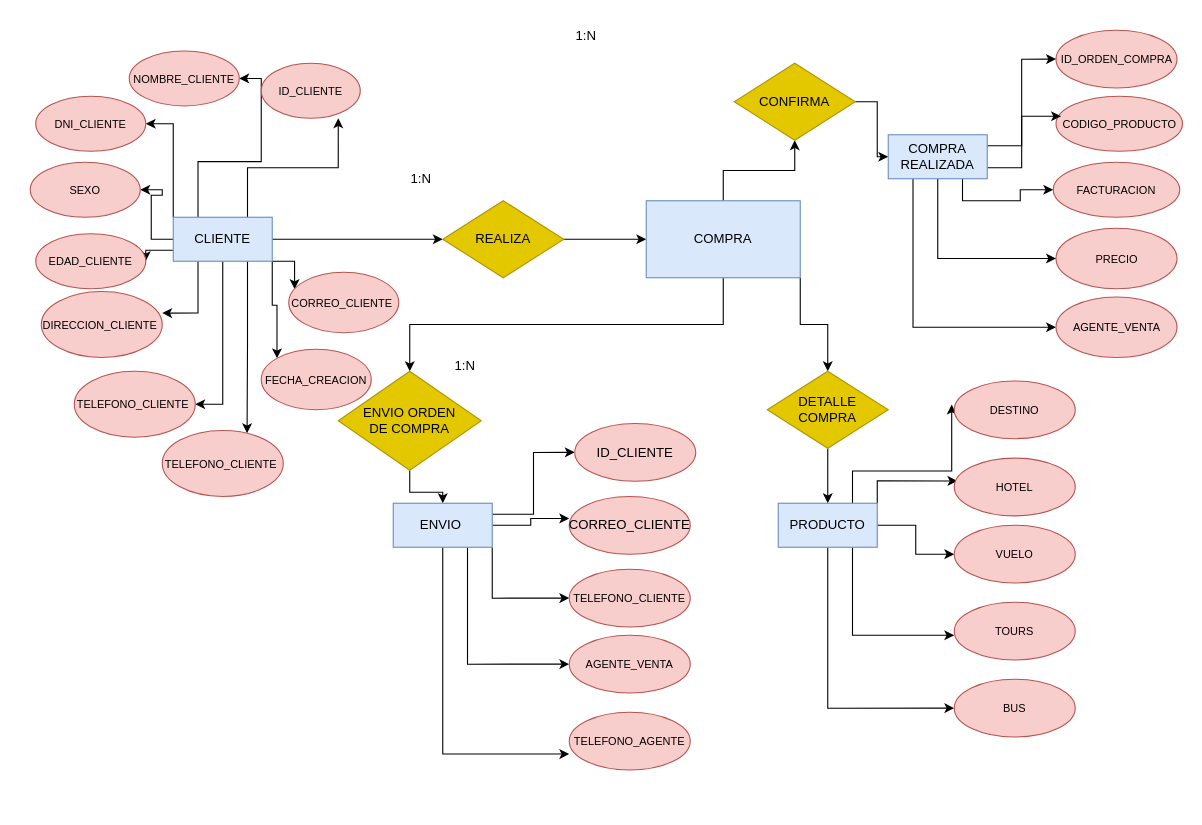
The draw.io diagram Diagrama sin título.drawio in sebascardozo/sqlCoderhouse, before the edit. Source tidied: cells renumbered, new cells numbered last; positions are measured from the earlier drawing's top-left corner, leaving out a move shared by most shapes. Both pictures are drawn from the tidied source at 110%, with x=0, y=0 at pixel (30, 19).
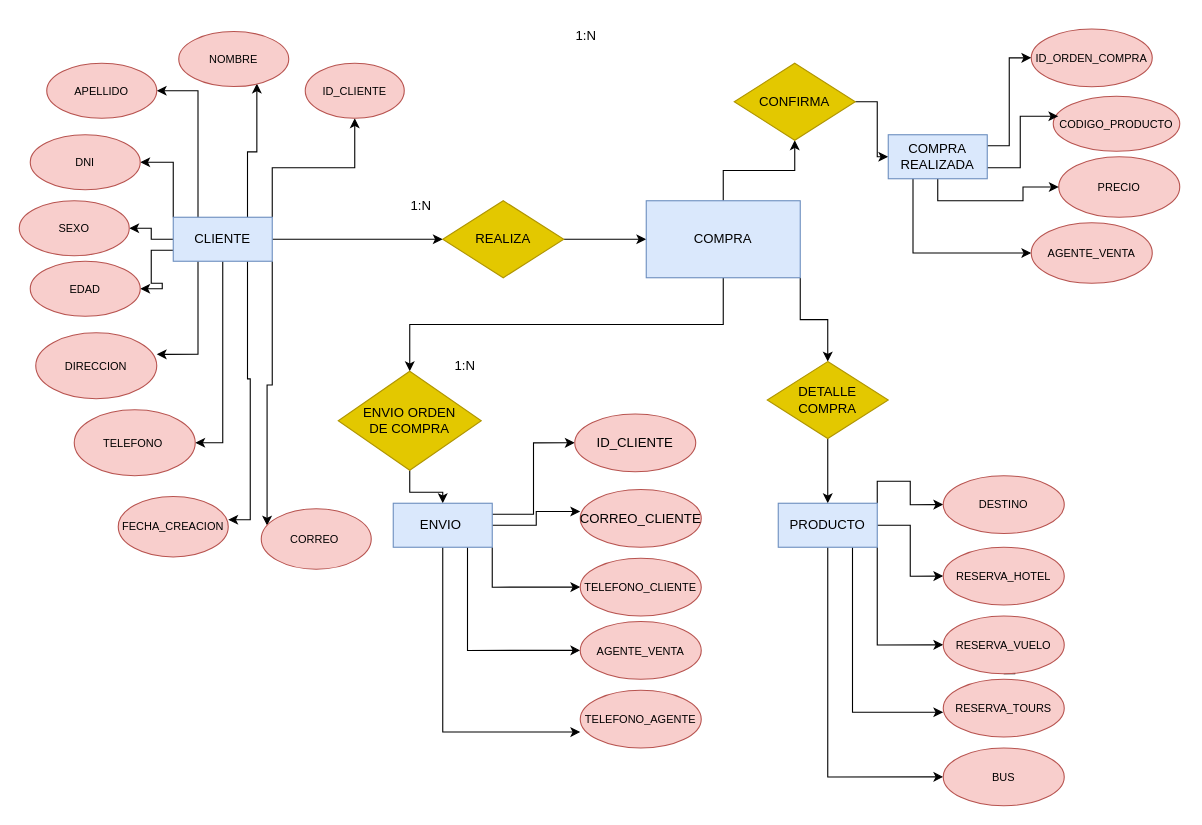
After the change.

The change refers to these unchanged cells:
```xml
<mxCell id="13" value="CLIENTE" style="rounded=0;whiteSpace=wrap;html=1;fillColor=#dae8fc;strokeColor=#6c8ebf;" parent="1" vertex="1">
  <mxGeometry x="130" y="180" width="90" height="40" as="geometry" />
</mxCell>
<mxCell id="36" value="COMPRA&lt;br&gt;REALIZADA" style="rounded=0;whiteSpace=wrap;html=1;fillColor=#dae8fc;strokeColor=#6c8ebf;" parent="1" vertex="1">
  <mxGeometry x="780" y="105" width="90" height="40" as="geometry" />
</mxCell>
<mxCell id="58" value="PRODUCTO" style="rounded=0;whiteSpace=wrap;html=1;fillColor=#dae8fc;strokeColor=#6c8ebf;" parent="1" vertex="1">
  <mxGeometry x="680" y="440" width="90" height="40" as="geometry" />
</mxCell>
```

The edit, as a diff of the source:
```diff
@@
-    <mxCell id="4" style="edgeStyle=orthogonalEdgeStyle;rounded=0;jettySize=auto;html=1;exitX=0.25;exitY=0;exitDx=0;exitDy=0;entryX=1;entryY=0.5;entryDx=0;entryDy=0;" parent="1" edge="1" source="13" target="17">
-      <mxGeometry relative="1" as="geometry" />
-    </mxCell>
@@
-    <mxCell id="9" style="edgeStyle=orthogonalEdgeStyle;rounded=0;jettySize=auto;html=1;exitX=0.75;exitY=1;exitDx=0;exitDy=0;entryX=0.701;entryY=0.042;entryDx=0;entryDy=0;entryPerimeter=0;" parent="1" edge="1" source="13" target="66">
-      <mxGeometry relative="1" as="geometry" />
-    </mxCell>
+    <mxCell id="12" style="edgeStyle=orthogonalEdgeStyle;rounded=0;jettySize=auto;html=1;exitX=0;exitY=0.5;exitDx=0;exitDy=0;entryX=1;entryY=0.5;entryDx=0;entryDy=0;" parent="1" edge="1" source="13" target="68">
+      <mxGeometry relative="1" as="geometry" />
+    </mxCell>
+    <mxCell id="11" style="edgeStyle=orthogonalEdgeStyle;rounded=0;jettySize=auto;html=1;exitX=1;exitY=0;exitDx=0;exitDy=0;" parent="1" edge="1" source="13" target="16">
+      <mxGeometry relative="1" as="geometry" />
+    </mxCell>
+    <mxCell id="4" style="edgeStyle=orthogonalEdgeStyle;rounded=0;jettySize=auto;html=1;exitX=0.75;exitY=0;exitDx=0;exitDy=0;entryX=0.71;entryY=0.945;entryDx=0;entryDy=0;entryPerimeter=0;" parent="1" edge="1" source="13" target="17">
+      <mxGeometry relative="1" as="geometry" />
+    </mxCell>
+    <mxCell id="73" style="edgeStyle=orthogonalEdgeStyle;rounded=0;jettySize=auto;html=1;exitX=0.25;exitY=0;exitDx=0;exitDy=0;entryX=1;entryY=0.5;entryDx=0;entryDy=0;" parent="1" edge="1" source="13" target="74">
+      <mxGeometry relative="1" as="geometry" />
+    </mxCell>
-    <mxCell id="10" style="edgeStyle=orthogonalEdgeStyle;rounded=0;jettySize=auto;html=1;exitX=1;exitY=1;exitDx=0;exitDy=0;entryX=0;entryY=0;entryDx=0;entryDy=0;" parent="1" edge="1" source="13" target="67">
+    <mxCell id="10" style="edgeStyle=orthogonalEdgeStyle;rounded=0;jettySize=auto;html=1;exitX=0.75;exitY=1;exitDx=0;exitDy=0;entryX=1;entryY=0.386;entryDx=0;entryDy=0;entryPerimeter=0;" parent="1" edge="1" source="13" target="67">
       <mxGeometry relative="1" as="geometry" />
     </mxCell>
-    <mxCell id="11" style="edgeStyle=orthogonalEdgeStyle;rounded=0;jettySize=auto;html=1;exitX=0.75;exitY=0;exitDx=0;exitDy=0;entryX=0.778;entryY=1;entryDx=0;entryDy=0;entryPerimeter=0;" parent="1" edge="1" source="13" target="16">
-      <mxGeometry relative="1" as="geometry" />
-    </mxCell>
-    <mxCell id="12" style="edgeStyle=orthogonalEdgeStyle;rounded=0;jettySize=auto;html=1;exitX=0;exitY=0.5;exitDx=0;exitDy=0;entryX=1;entryY=0.5;entryDx=0;entryDy=0;" parent="1" edge="1" source="13" target="68">
-      <mxGeometry relative="1" as="geometry" />
-    </mxCell>
@@
     <mxCell id="16" value="&lt;font style=&quot;font-size: 10px;&quot;&gt;ID_CLIENTE&lt;/font&gt;" style="ellipse;whiteSpace=wrap;html=1;fillColor=#f8cecc;strokeColor=#b85450;" parent="1" vertex="1">
-      <mxGeometry x="210" y="40" width="90" height="50" as="geometry" />
+      <mxGeometry x="250" y="40" width="90" height="50" as="geometry" />
     </mxCell>
-    <mxCell id="17" value="&lt;font style=&quot;font-size: 10px;&quot;&gt;NOMBRE_CLIENTE&lt;/font&gt;" style="ellipse;whiteSpace=wrap;html=1;fillColor=#f8cecc;strokeColor=#b85450;" parent="1" vertex="1">
-      <mxGeometry x="90" y="28.8" width="100" height="50" as="geometry" />
+    <mxCell id="17" value="&lt;font style=&quot;font-size: 10px;&quot;&gt;NOMBRE&lt;/font&gt;" style="ellipse;whiteSpace=wrap;html=1;fillColor=#f8cecc;strokeColor=#b85450;" parent="1" vertex="1">
+      <mxGeometry x="135" y="11.2" width="100" height="50" as="geometry" />
     </mxCell>
-    <mxCell id="18" value="&lt;font style=&quot;font-size: 10px;&quot;&gt;DIRECCION_CLIENTE&amp;nbsp;&lt;/font&gt;" style="ellipse;whiteSpace=wrap;html=1;fillColor=#f8cecc;strokeColor=#b85450;" parent="1" vertex="1">
-      <mxGeometry x="10" y="247.5" width="110" height="60" as="geometry" />
+    <mxCell id="18" value="&lt;font style=&quot;font-size: 10px;&quot;&gt;DIRECCION&lt;/font&gt;" style="ellipse;whiteSpace=wrap;html=1;fillColor=#f8cecc;strokeColor=#b85450;" parent="1" vertex="1">
+      <mxGeometry x="5" y="285" width="110" height="60" as="geometry" />
     </mxCell>
-    <mxCell id="19" value="&lt;font style=&quot;font-size: 10px;&quot;&gt;CORREO_CLIENTE&amp;nbsp;&lt;/font&gt;" style="ellipse;whiteSpace=wrap;html=1;fillColor=#f8cecc;strokeColor=#b85450;" parent="1" vertex="1">
-      <mxGeometry x="235" y="230" width="100" height="55" as="geometry" />
+    <mxCell id="19" value="&lt;font style=&quot;font-size: 10px;&quot;&gt;CORREO&amp;nbsp;&lt;/font&gt;" style="ellipse;whiteSpace=wrap;html=1;fillColor=#f8cecc;strokeColor=#b85450;" parent="1" vertex="1">
+      <mxGeometry x="210" y="445" width="100" height="55" as="geometry" />
     </mxCell>
-    <mxCell id="20" value="&lt;font style=&quot;font-size: 10px;&quot;&gt;TELEFONO_CLIENTE&amp;nbsp;&lt;/font&gt;" style="ellipse;whiteSpace=wrap;html=1;fillColor=#f8cecc;strokeColor=#b85450;" parent="1" vertex="1">
-      <mxGeometry x="40" y="320" width="110" height="60" as="geometry" />
+    <mxCell id="20" value="&lt;font style=&quot;font-size: 10px;&quot;&gt;TELEFONO&amp;nbsp;&lt;/font&gt;" style="ellipse;whiteSpace=wrap;html=1;fillColor=#f8cecc;strokeColor=#b85450;" parent="1" vertex="1">
+      <mxGeometry x="40" y="355" width="110" height="60" as="geometry" />
     </mxCell>
     <mxCell id="21" value="1:N" style="text;html=1;align=center;verticalAlign=middle;strokeColor=none;fillColor=none;" parent="1" vertex="1">
-      <mxGeometry x="335" y="130" width="40" height="30" as="geometry" />
+      <mxGeometry x="335" y="155" width="40" height="30" as="geometry" />
     </mxCell>
@@
     <mxCell id="26" value="&lt;font style=&quot;font-size: 10px;&quot;&gt;CODIGO_PRODUCTO&lt;/font&gt;" style="ellipse;whiteSpace=wrap;html=1;fillColor=#f8cecc;strokeColor=#b85450;" parent="1" vertex="1">
-      <mxGeometry x="932.5" y="70" width="115" height="50" as="geometry" />
+      <mxGeometry x="930" y="70" width="115" height="50" as="geometry" />
     </mxCell>
     <mxCell id="27" value="&lt;font style=&quot;font-size: 10px;&quot;&gt;PRECIO&lt;/font&gt;" style="ellipse;whiteSpace=wrap;html=1;fillColor=#f8cecc;strokeColor=#b85450;" parent="1" vertex="1">
-      <mxGeometry x="932.5" y="190" width="110" height="55" as="geometry" />
+      <mxGeometry x="935" y="125" width="110" height="55" as="geometry" />
     </mxCell>
     <mxCell id="28" value="&lt;font style=&quot;font-size: 10px;&quot;&gt;ID_ORDEN_COMPRA&lt;/font&gt;" style="ellipse;whiteSpace=wrap;html=1;fillColor=#f8cecc;strokeColor=#b85450;" parent="1" vertex="1">
-      <mxGeometry x="932.5" y="10" width="110" height="52.5" as="geometry" />
+      <mxGeometry x="910" y="8.8" width="110" height="52.5" as="geometry" />
     </mxCell>
@@
-    <mxCell id="35" style="edgeStyle=orthogonalEdgeStyle;rounded=0;jettySize=auto;html=1;exitX=0.75;exitY=1;exitDx=0;exitDy=0;" parent="1" edge="1" source="36" target="72">
-      <mxGeometry relative="1" as="geometry" />
-    </mxCell>
@@
     <mxCell id="45" value="ID_CLIENTE" style="ellipse;whiteSpace=wrap;html=1;fillColor=#f8cecc;strokeColor=#b85450;" parent="1" vertex="1">
-      <mxGeometry x="495" y="367.5" width="110" height="52.5" as="geometry" />
+      <mxGeometry x="495" y="358.8" width="110" height="52.5" as="geometry" />
     </mxCell>
     <mxCell id="46" value="CORREO_CLIENTE" style="ellipse;whiteSpace=wrap;html=1;fillColor=#f8cecc;strokeColor=#b85450;" parent="1" vertex="1">
-      <mxGeometry x="490" y="433.8" width="110" height="52.5" as="geometry" />
+      <mxGeometry x="500" y="427.5" width="110" height="52.5" as="geometry" />
     </mxCell>
     <mxCell id="47" value="&lt;span style=&quot;font-size: 10px;&quot;&gt;TELEFONO_CLIENTE&lt;/span&gt;" style="ellipse;whiteSpace=wrap;html=1;fillColor=#f8cecc;strokeColor=#b85450;" parent="1" vertex="1">
-      <mxGeometry x="490" y="500" width="110" height="52.5" as="geometry" />
+      <mxGeometry x="500" y="490" width="110" height="52.5" as="geometry" />
     </mxCell>
     <mxCell id="48" value="&lt;font style=&quot;font-size: 10px;&quot;&gt;AGENTE_VENTA&lt;/font&gt;" style="ellipse;whiteSpace=wrap;html=1;fillColor=#f8cecc;strokeColor=#b85450;" parent="1" vertex="1">
-      <mxGeometry x="490" y="560" width="110" height="52.5" as="geometry" />
+      <mxGeometry x="500" y="547.5" width="110" height="52.5" as="geometry" />
     </mxCell>
@@
     <mxCell id="52" value="DETALLE&lt;br&gt;COMPRA" style="rhombus;whiteSpace=wrap;html=1;fillColor=#e3c800;strokeColor=#B09500;fontColor=#000000;" parent="1" vertex="1">
-      <mxGeometry x="670" y="320" width="110" height="70" as="geometry" />
+      <mxGeometry x="670" y="311.2" width="110" height="70" as="geometry" />
     </mxCell>
+    <mxCell id="56" style="edgeStyle=orthogonalEdgeStyle;rounded=0;jettySize=auto;html=1;exitX=0.75;exitY=1;exitDx=0;exitDy=0;entryX=0;entryY=0.571;entryDx=0;entryDy=0;entryPerimeter=0;" parent="1" edge="1" source="58" target="63">
+      <mxGeometry relative="1" as="geometry" />
+    </mxCell>
+    <mxCell id="57" style="edgeStyle=orthogonalEdgeStyle;rounded=0;jettySize=auto;html=1;exitX=0.5;exitY=1;exitDx=0;exitDy=0;entryX=0;entryY=0.5;entryDx=0;entryDy=0;" parent="1" edge="1" source="58" target="71">
+      <mxGeometry relative="1" as="geometry" />
+    </mxCell>
-    <mxCell id="53" style="edgeStyle=orthogonalEdgeStyle;rounded=0;jettySize=auto;html=1;" parent="1" edge="1" source="58" target="61">
+    <mxCell id="53" style="edgeStyle=orthogonalEdgeStyle;rounded=0;jettySize=auto;html=1;exitX=1;exitY=1;exitDx=0;exitDy=0;entryX=0;entryY=0.5;entryDx=0;entryDy=0;" parent="1" edge="1" source="58" target="61">
       <mxGeometry relative="1" as="geometry" />
     </mxCell>
-    <mxCell id="54" style="edgeStyle=orthogonalEdgeStyle;rounded=0;jettySize=auto;html=1;exitX=0.75;exitY=0;exitDx=0;exitDy=0;entryX=-0.021;entryY=0.409;entryDx=0;entryDy=0;entryPerimeter=0;" parent="1" edge="1" source="58" target="59">
+    <mxCell id="54" style="edgeStyle=orthogonalEdgeStyle;rounded=0;jettySize=auto;html=1;exitX=1;exitY=0;exitDx=0;exitDy=0;entryX=0;entryY=0.5;entryDx=0;entryDy=0;" parent="1" edge="1" source="58" target="59">
       <mxGeometry relative="1" as="geometry" />
     </mxCell>
-    <mxCell id="55" style="edgeStyle=orthogonalEdgeStyle;rounded=0;jettySize=auto;html=1;exitX=1;exitY=0;exitDx=0;exitDy=0;entryX=0.026;entryY=0.395;entryDx=0;entryDy=0;entryPerimeter=0;" parent="1" edge="1" source="58" target="60">
+    <mxCell id="55" style="edgeStyle=orthogonalEdgeStyle;rounded=0;jettySize=auto;html=1;exitX=1;exitY=0.5;exitDx=0;exitDy=0;entryX=0;entryY=0.5;entryDx=0;entryDy=0;" parent="1" edge="1" source="58" target="60">
       <mxGeometry relative="1" as="geometry" />
     </mxCell>
-    <mxCell id="56" style="edgeStyle=orthogonalEdgeStyle;rounded=0;jettySize=auto;html=1;exitX=0.75;exitY=1;exitDx=0;exitDy=0;entryX=0;entryY=0.571;entryDx=0;entryDy=0;entryPerimeter=0;" parent="1" edge="1" source="58" target="63">
-      <mxGeometry relative="1" as="geometry" />
-    </mxCell>
-    <mxCell id="57" style="edgeStyle=orthogonalEdgeStyle;rounded=0;jettySize=auto;html=1;exitX=0.5;exitY=1;exitDx=0;exitDy=0;entryX=0;entryY=0.5;entryDx=0;entryDy=0;" parent="1" edge="1" source="58" target="71">
-      <mxGeometry relative="1" as="geometry" />
-    </mxCell>
@@
-    <mxCell id="59" value="&lt;span style=&quot;font-size: 10px;&quot;&gt;DESTINO&lt;/span&gt;" style="ellipse;whiteSpace=wrap;html=1;fillColor=#f8cecc;strokeColor=#b85450;" parent="1" vertex="1">
-      <mxGeometry x="840" y="328.8" width="110" height="52.5" as="geometry" />
-    </mxCell>
-    <mxCell id="60" value="&lt;font style=&quot;font-size: 10px;&quot;&gt;HOTEL&lt;/font&gt;" style="ellipse;whiteSpace=wrap;html=1;fillColor=#f8cecc;strokeColor=#b85450;" parent="1" vertex="1">
-      <mxGeometry x="840" y="399" width="110" height="52.5" as="geometry" />
+    <mxCell id="60" value="&lt;font style=&quot;font-size: 10px;&quot;&gt;RESERVA_HOTEL&lt;/font&gt;" style="ellipse;whiteSpace=wrap;html=1;fillColor=#f8cecc;strokeColor=#b85450;" parent="1" vertex="1">
+      <mxGeometry x="830" y="480" width="110" height="52.5" as="geometry" />
     </mxCell>
-    <mxCell id="61" value="&lt;font style=&quot;font-size: 10px;&quot;&gt;VUELO&lt;/font&gt;" style="ellipse;whiteSpace=wrap;html=1;fillColor=#f8cecc;strokeColor=#b85450;" parent="1" vertex="1">
-      <mxGeometry x="840" y="460" width="110" height="52.5" as="geometry" />
-    </mxCell>
-    <mxCell id="62" style="edgeStyle=orthogonalEdgeStyle;rounded=0;orthogonalLoop=1;jettySize=auto;html=1;exitX=0.5;exitY=1;exitDx=0;exitDy=0;" parent="1" edge="1">
+    <mxCell id="62" style="edgeStyle=orthogonalEdgeStyle;rounded=0;jettySize=auto;html=1;exitX=0.5;exitY=1;exitDx=0;exitDy=0;" parent="1" edge="1" source="61">
       <mxGeometry relative="1" as="geometry">
-        <mxPoint x="895" y="582.5" as="sourcePoint" />
         <mxPoint x="895" y="582.5" as="targetPoint" />
       </mxGeometry>
     </mxCell>
-    <mxCell id="63" value="&lt;font style=&quot;font-size: 10px;&quot;&gt;TOURS&lt;/font&gt;" style="ellipse;whiteSpace=wrap;html=1;fillColor=#f8cecc;strokeColor=#b85450;" parent="1" vertex="1">
-      <mxGeometry x="840" y="530" width="110" height="52.5" as="geometry" />
+    <mxCell id="63" value="&lt;font style=&quot;font-size: 10px;&quot;&gt;RESERVA_TOURS&lt;/font&gt;" style="ellipse;whiteSpace=wrap;html=1;fillColor=#f8cecc;strokeColor=#b85450;" parent="1" vertex="1">
+      <mxGeometry x="830" y="600" width="110" height="52.5" as="geometry" />
     </mxCell>
-    <mxCell id="64" value="&lt;font style=&quot;font-size: 10px;&quot;&gt;DNI_CLIENTE&lt;/font&gt;" style="ellipse;whiteSpace=wrap;html=1;fillColor=#f8cecc;strokeColor=#b85450;" parent="1" vertex="1">
-      <mxGeometry x="5" y="70" width="100" height="50" as="geometry" />
+    <mxCell id="64" value="&lt;font style=&quot;font-size: 10px;&quot;&gt;DNI&lt;/font&gt;" style="ellipse;whiteSpace=wrap;html=1;fillColor=#f8cecc;strokeColor=#b85450;" parent="1" vertex="1">
+      <mxGeometry y="105" width="100" height="50" as="geometry" />
     </mxCell>
-    <mxCell id="65" value="&lt;font style=&quot;font-size: 10px;&quot;&gt;EDAD_CLIENTE&lt;/font&gt;" style="ellipse;whiteSpace=wrap;html=1;fillColor=#f8cecc;strokeColor=#b85450;" parent="1" vertex="1">
-      <mxGeometry x="5" y="195" width="100" height="50" as="geometry" />
+    <mxCell id="65" value="&lt;font style=&quot;font-size: 10px;&quot;&gt;EDAD&lt;/font&gt;" style="ellipse;whiteSpace=wrap;html=1;fillColor=#f8cecc;strokeColor=#b85450;" parent="1" vertex="1">
+      <mxGeometry y="220" width="100" height="50" as="geometry" />
     </mxCell>
-    <mxCell id="66" value="&lt;font style=&quot;font-size: 10px;&quot;&gt;TELEFONO_CLIENTE&amp;nbsp;&lt;/font&gt;" style="ellipse;whiteSpace=wrap;html=1;fillColor=#f8cecc;strokeColor=#b85450;" parent="1" vertex="1">
-      <mxGeometry x="120" y="373.8" width="110" height="60" as="geometry" />
-    </mxCell>
     <mxCell id="67" value="&lt;font style=&quot;font-size: 10px;&quot;&gt;FECHA_CREACION&lt;/font&gt;" style="ellipse;whiteSpace=wrap;html=1;fillColor=#f8cecc;strokeColor=#b85450;" parent="1" vertex="1">
-      <mxGeometry x="210" y="300" width="100" height="55" as="geometry" />
+      <mxGeometry x="80" y="433.8" width="100" height="55" as="geometry" />
     </mxCell>
     <mxCell id="68" value="&lt;font style=&quot;font-size: 10px;&quot;&gt;SEXO&lt;/font&gt;" style="ellipse;whiteSpace=wrap;html=1;fillColor=#f8cecc;strokeColor=#b85450;" parent="1" vertex="1">
-      <mxGeometry y="130" width="100" height="50" as="geometry" />
+      <mxGeometry x="-10" y="165" width="100" height="50" as="geometry" />
     </mxCell>
     <mxCell id="69" value="&lt;font style=&quot;font-size: 10px;&quot;&gt;AGENTE_VENTA&lt;/font&gt;" style="ellipse;whiteSpace=wrap;html=1;fillColor=#f8cecc;strokeColor=#b85450;" parent="1" vertex="1">
-      <mxGeometry x="932.5" y="252.5" width="110" height="55" as="geometry" />
+      <mxGeometry x="910" y="185" width="110" height="55" as="geometry" />
     </mxCell>
     <mxCell id="70" value="&lt;font style=&quot;font-size: 10px;&quot;&gt;TELEFONO_AGENTE&lt;/font&gt;" style="ellipse;whiteSpace=wrap;html=1;fillColor=#f8cecc;strokeColor=#b85450;" parent="1" vertex="1">
-      <mxGeometry x="490" y="630" width="110" height="52.5" as="geometry" />
+      <mxGeometry x="500" y="610" width="110" height="52.5" as="geometry" />
     </mxCell>
     <mxCell id="71" value="&lt;font style=&quot;font-size: 10px;&quot;&gt;BUS&lt;/font&gt;" style="ellipse;whiteSpace=wrap;html=1;fillColor=#f8cecc;strokeColor=#b85450;" parent="1" vertex="1">
-      <mxGeometry x="840" y="600" width="110" height="52.5" as="geometry" />
+      <mxGeometry x="830" y="662.5" width="110" height="52.5" as="geometry" />
     </mxCell>
-    <mxCell id="72" value="&lt;font style=&quot;font-size: 10px;&quot;&gt;FACTURACION&lt;/font&gt;" style="ellipse;whiteSpace=wrap;html=1;fillColor=#f8cecc;strokeColor=#b85450;" parent="1" vertex="1">
-      <mxGeometry x="930" y="130" width="115" height="50" as="geometry" />
-    </mxCell>
+    <mxCell id="74" value="&lt;font style=&quot;font-size: 10px;&quot;&gt;APELLIDO&lt;/font&gt;" style="ellipse;whiteSpace=wrap;html=1;fillColor=#f8cecc;strokeColor=#b85450;" parent="1" vertex="1">
+      <mxGeometry x="15" y="40" width="100" height="50" as="geometry" />
+    </mxCell>
+    <mxCell id="59" value="&lt;font style=&quot;font-size: 10px;&quot;&gt;DESTINO&lt;/font&gt;" style="ellipse;whiteSpace=wrap;html=1;fillColor=#f8cecc;strokeColor=#b85450;" parent="1" vertex="1">
+      <mxGeometry x="830" y="415" width="110" height="52.5" as="geometry" />
+    </mxCell>
+    <mxCell id="75" style="edgeStyle=orthogonalEdgeStyle;rounded=0;jettySize=auto;html=1;exitX=0.5;exitY=1;exitDx=0;exitDy=0;" parent="1" edge="1" target="61">
+      <mxGeometry relative="1" as="geometry">
+        <mxPoint x="895" y="582.5" as="sourcePoint" />
+      </mxGeometry>
+    </mxCell>
+    <mxCell id="61" value="&lt;font style=&quot;font-size: 10px;&quot;&gt;RESERVA_VUELO&lt;/font&gt;" style="ellipse;whiteSpace=wrap;html=1;fillColor=#f8cecc;strokeColor=#b85450;" parent="1" vertex="1">
+      <mxGeometry x="830" y="542.5" width="110" height="52.5" as="geometry" />
+    </mxCell>
```
